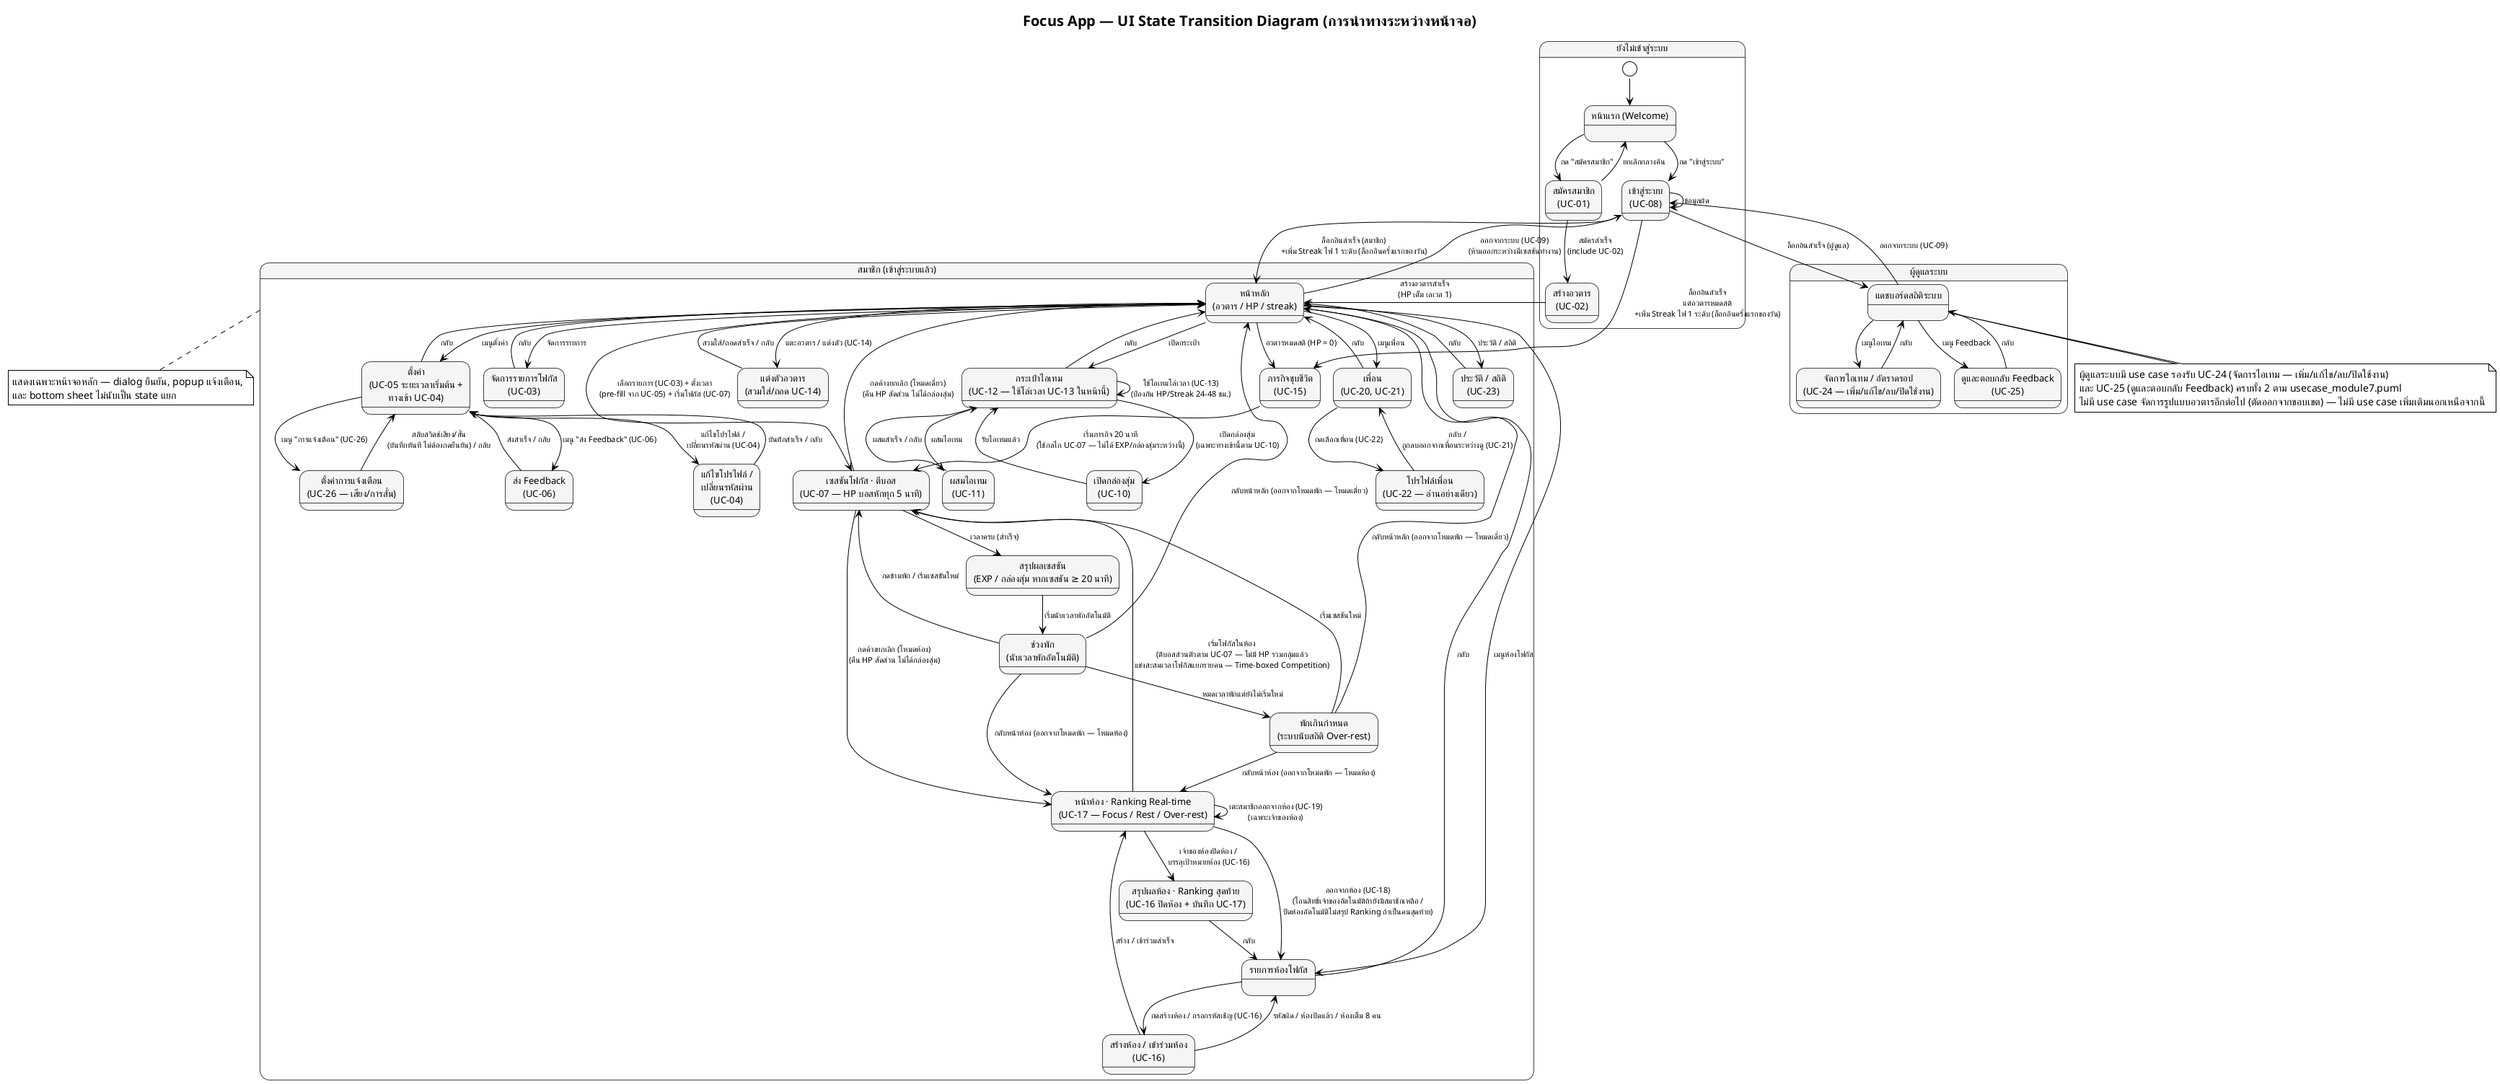
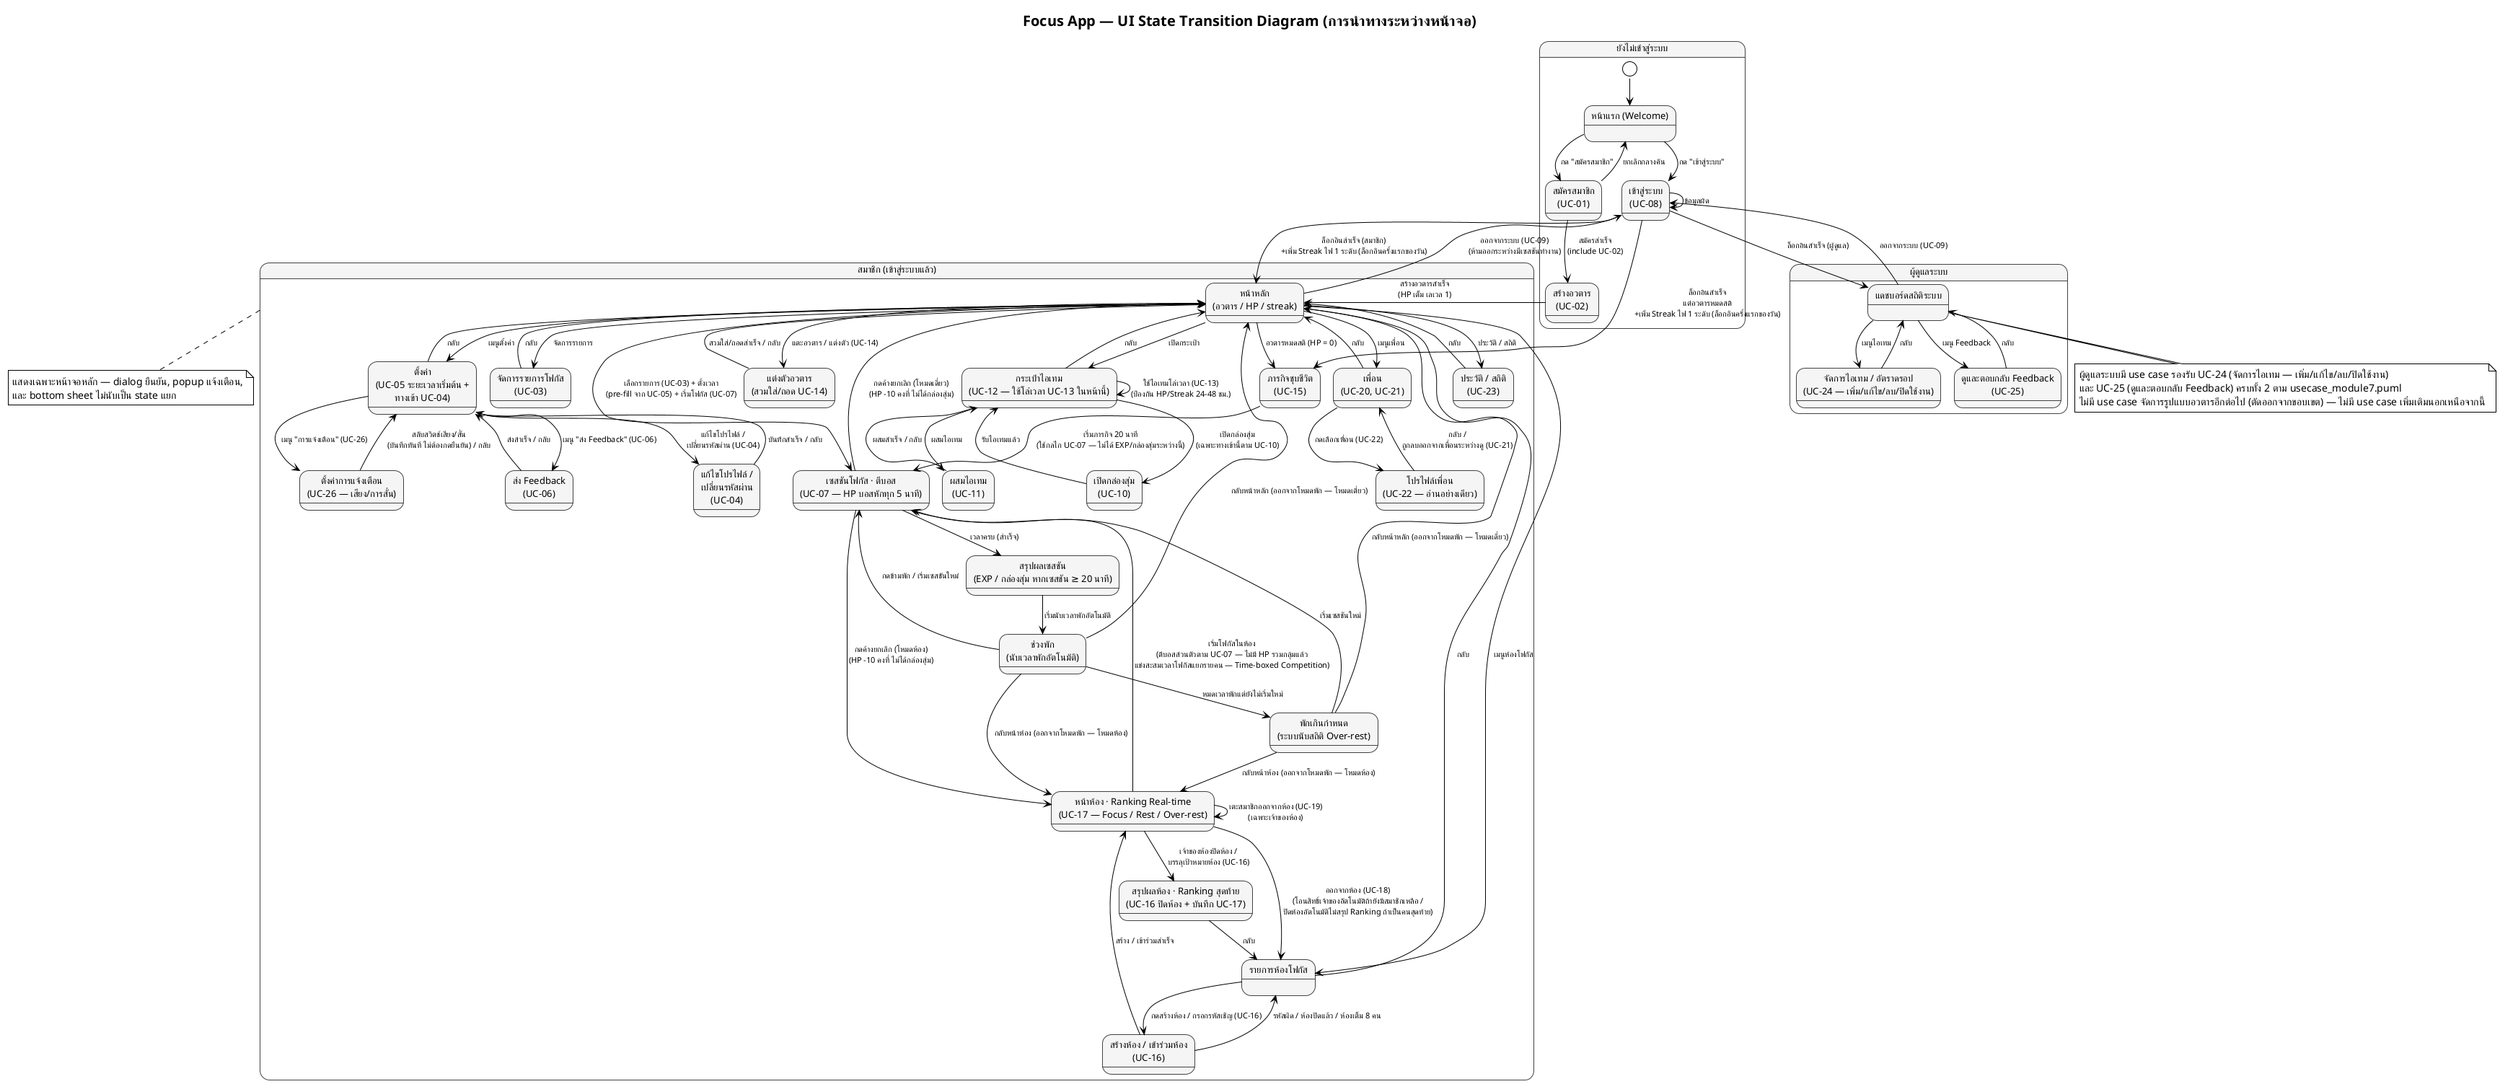
@startuml ui_state_diagram
' ══════════════════════════════════════════════════════════════════
' รองรับภาษาไทย — อ่านก่อน render:
' 1. บันทึกไฟล์นี้เป็น UTF-8 (ไม่ต้องมี BOM) เสมอ
' 2. ถ้า render ผ่าน CLI (plantuml.jar) ต้องระบุ flag encoding ด้วย:
'      java -Dfile.encoding=UTF-8 -jar plantuml.jar -charset UTF-8 ui_state_diagram.puml
' 3. บังคับใช้ Smetana (pure-Java layout engine) แทน Graphviz/dot
'
' ปรับปรุงให้ตรงกับ 3 เอกสารอ้างอิงล่าสุด (ครบทุก use case ที่มีจริง):
'   - usecase_description.md  (รอบตรวจรีวิวที่ 16 — ปิดค่าตั้งต้นทั้งหมดเป็นค่ายืนยันแล้ว)
'   - usecase_module1.puml ... usecase_module7.puml + usecase_overview.puml (Use Case Diagram)
'   - activity_module*_uc*.puml (Activity Diagram รายทัพ use case)
' การแก้ไขหลักในรอบนี้ (เพื่อให้ UC number สอดคล้องกับ usecase_description.md):
'   1) แก้ลำดับ UC ตามหลัก: M1 (E1-E3), M2 (E1,E3), M3 (E1-E2), M4, M5, M6, M7
'   2) ลบการใช้ UC-31/32/33/34/35/36/37/38 ที่เป็นหมายเลขไม่เป็นทางการ
'   3) ใช้ UC หมายเลขถูกต้องตาม usecase_description.md:
'      - UC-01 ~ UC-09: M1/M2 เฉพาะอพ/ล็อกอิน (เตรียมพร้อมก่อนเซสชัน)
'      - UC-10 ~ UC-19: M3/M4/M5 (ไอเทม, ห้องโฟกัส)
'      - UC-20 ~ UC-25: M5/M6/M7 (เพื่อน, ประวัติ, ผู้ดูแล)
'   4) ระบุ UC สำหรับเซสชันโฟกัส (UC-07 เริ่มจับเวลา)
'   5) อัปเดต state label ให้มี UC หมายเลขถูกต้องตามเอกสารกำหนด
'
' แก้ไขเพิ่มเติมตาม ui_state_diagram_review.md (รอบตรวจสอบความสอดคล้อง):
'   6) เพิ่ม UC-06 (ส่ง Feedback) ที่หายไป — เข้าถึงจากหน้าตั้งค่า
'   7) เพิ่ม UC-22 (ดูโปรไฟล์และสถิติเพื่อน) ที่หายไป — เข้าถึงจากหน้าเพื่อน
'   8) เพิ่ม UC-25 (ผู้ดูแลดู/ตอบกลับ Feedback) ที่หายไป — เข้าถึงจากแดชบอร์ดผู้ดูแล
'   9) แก้ข้อความ RoomView->Session ที่ยังอ้างกลไก "HP บอสกลุ่ม" เดิม
'      ให้ตรงกับ Business Rules ปัจจุบันของ UC-16 (Time-boxed Competition ไม่มี HP รวมกลุ่มแล้ว)
'  10) แก้ note ท้ายไฟล์ให้ยืนยัน UC-25 แทนการเขียนว่า "เป็นไปได้"
' รอบตรวจสอบล่าสุด (เทียบกับ usecase_description.md ทั้ง 26 UC + usecase_module1-7.puml/overview + activity_module*_uc*.puml):
'  11) เพิ่ม UC-26 (ตั้งค่าการแจ้งเตือน เสียง/การสั่น) ที่หายไปทั้งหมด — เข้าถึงจากหน้าตั้งค่า
'      ตาม activity_module1_uc26.puml (เข้าหน้าตั้งค่า > เมนู "การแจ้งเตือน") — เดิมมีอยู่ใน
'      usecase_description.md, usecase_module1.puml แต่ไม่เคยถูกวาดใน state diagram นี้เลย
' ══════════════════════════════════════════════════════════════════
!pragma layout smetana
skinparam defaultFontName "TH Sarabun New"
skinparam defaultFontSize 14

!theme plain
skinparam titleFontName "TH Sarabun New"
skinparam titleFontSize 20
skinparam noteFontName "TH Sarabun New"
skinparam ArrowFontName "TH Sarabun New"
skinparam ArrowFontSize 11

' ===== Monochrome เท่านั้น =====
skinparam state {
  BackgroundColor #F5F5F5
  BorderColor #424242
  FontName "TH Sarabun New"
  FontSize 13
  ArrowFontName "TH Sarabun New"
}

title Focus App — UI State Transition Diagram (การนำทางระหว่างหน้าจอ)

' ═════════ โซนก่อนเข้าสู่ระบบ (Guest — M1/E1, M2/E3) ═════════
state "ยังไม่เข้าสู่ระบบ" as PreAuth {
  state "หน้าแรก (Welcome)" as Welcome
  state "สมัครสมาชิก\n(UC-01)" as Register
  state "เข้าสู่ระบบ\n(UC-08)" as Login
  state "สร้างอวตาร\n(UC-02)" as CreateAvatar

  [*] --> Welcome
  Welcome --> Register : กด "สมัครสมาชิก"
  Welcome --> Login : กด "เข้าสู่ระบบ"
  Register --> Welcome : ยกเลิกกลางคัน
  Register --> CreateAvatar : สมัครสำเร็จ\n(include UC-02)
  Login --> Login : ข้อมูลผิด
}

' ═════════ โซนสมาชิก (M2–M6) ═════════
state "สมาชิก (เข้าสู่ระบบแล้ว)" as Member {
  state "หน้าหลัก\n(อวตาร / HP / streak)" as Home
  state "จัดการรายการโฟกัส\n(UC-03)" as FocusList
  state "ตั้งค่า\n(UC-05 ระยะเวลาเริ่มต้น +\nทางเข้า UC-04)" as Settings
  state "แก้ไขโปรไฟล์ /\nเปลี่ยนรหัสผ่าน\n(UC-04)" as EditProfile
  state "ส่ง Feedback\n(UC-06)" as Feedback
  state "ตั้งค่าการแจ้งเตือน\n(UC-26 — เสียง/การสั่น)" as NotifSettings
  state "เซสชันโฟกัส · ตีบอส\n(UC-07 — HP บอสหักทุก 5 นาที)" as Session
  state "สรุปผลเซสชัน\n(EXP / กล่องสุ่ม หากเซสชัน ≥ 20 นาที)" as Summary
  state "ช่วงพัก\n(นับเวลาพักอัตโนมัติ)" as Break
  state "พักเกินกำหนด\n(ระบบนับสถิติ Over-rest)" as OverRest
  state "ภารกิจชุบชีวิต\n(UC-15)" as Revival
  state "กระเป๋าไอเทม\n(UC-12 — ใช้โล่เวลา UC-13 ในหน้านี้)" as Inventory
  state "เปิดกล่องสุ่ม\n(UC-10)" as LootBox
  state "ผสมไอเทม\n(UC-11)" as Crafting
  state "แต่งตัวอวตาร\n(สวมใส่/ถอด UC-14)" as AvatarEquip
  state "รายการห้องโฟกัส" as RoomList
  state "สร้างห้อง / เข้าร่วมห้อง\n(UC-16)" as RoomEntry
  state "หน้าห้อง · Ranking Real-time\n(UC-17 — Focus / Rest / Over-rest)" as RoomView
  state "สรุปผลห้อง · Ranking สุดท้าย\n(UC-16 ปิดห้อง + บันทึก UC-17)" as RoomSummary
  state "เพื่อน\n(UC-20, UC-21)" as Friends
  state "โปรไฟล์เพื่อน\n(UC-22 — อ่านอย่างเดียว)" as FriendProfile
  state "ประวัติ / สถิติ\n(UC-23)" as History

  ' --- เตรียมพร้อม ---
  Home --> FocusList : จัดการรายการ
  FocusList --> Home : กลับ

  ' --- ตั้งค่าบัญชี (UC-04, UC-05) และออกจากระบบ (UC-09) ---
  Home --> Settings : เมนูตั้งค่า
  Settings --> Home : กลับ
  Settings --> EditProfile : แก้ไขโปรไฟล์ /\nเปลี่ยนรหัสผ่าน (UC-04)
  EditProfile --> Settings : บันทึกสำเร็จ / กลับ
  Settings --> Feedback : เมนู "ส่ง Feedback" (UC-06)
  Feedback --> Settings : ส่งสำเร็จ / กลับ
  Settings --> NotifSettings : เมนู "การแจ้งเตือน" (UC-26)
  NotifSettings --> Settings : สลับสวิตช์เสียง/สั่น\n(บันทึกทันที ไม่ต้องกดยืนยัน) / กลับ

  ' --- วงจรเซสชันโฟกัส (core loop) ---
  Home --> Session : เลือกรายการ (UC-03) + ตั้งเวลา\n(pre-fill จาก UC-05) + เริ่มโฟกัส (UC-07)
  Session --> Summary : เวลาครบ (สำเร็จ)
-   Session --> Home : กดค้างยกเลิก (โหมดเดี่ยว)\n(คืน HP สัดส่วน ไม่ได้กล่องสุ่ม)
-   Session --> RoomView : กดค้างยกเลิก (โหมดห้อง)\n(คืน HP สัดส่วน ไม่ได้กล่องสุ่ม)
+   Session --> Home : กดค้างยกเลิก (โหมดเดี่ยว)\n(HP -10 คงที่ ไม่ได้กล่องสุ่ม)
+   Session --> RoomView : กดค้างยกเลิก (โหมดห้อง)\n(HP -10 คงที่ ไม่ได้กล่องสุ่ม)
  Summary --> Break : เริ่มนับเวลาพักอัตโนมัติ
  Break --> Session : กดข้ามพัก / เริ่มเซสชันใหม่
  Break --> OverRest : หมดเวลาพักแต่ยังไม่เริ่มใหม่
  OverRest --> Session : เริ่มเซสชันใหม่
  OverRest --> Home : กลับหน้าหลัก (ออกจากโหมดพัก — โหมดเดี่ยว)
  OverRest --> RoomView : กลับหน้าห้อง (ออกจากโหมดพัก — โหมดห้อง)
  Break --> Home : กลับหน้าหลัก (ออกจากโหมดพัก — โหมดเดี่ยว)
  Break --> RoomView : กลับหน้าห้อง (ออกจากโหมดพัก — โหมดห้อง)

  ' --- ชุบชีวิต ---
  Home --> Revival : อวตารหมดสติ (HP = 0)
  Revival --> Session : เริ่มภารกิจ 20 นาที\n(ใช้กลไก UC-07 — ไม่ได้ EXP/กล่องสุ่มระหว่างนี้)

  ' --- ไอเทม ---
  Home --> Inventory : เปิดกระเป๋า
  Inventory --> Home : กลับ
  Inventory --> Inventory : ใช้ไอเทมโล่เวลา (UC-13)\n(ป้องกัน HP/Streak 24-48 ชม.)
  Inventory --> LootBox : เปิดกล่องสุ่ม\n(เฉพาะทางเข้านี้ตาม UC-10)
  LootBox --> Inventory : รับไอเทมแล้ว
  Inventory --> Crafting : ผสมไอเทม
  Crafting --> Inventory : ผสมสำเร็จ / กลับ
  Home --> AvatarEquip : แตะอวตาร / แต่งตัว (UC-14)
  AvatarEquip --> Home : สวมใส่/ถอดสำเร็จ / กลับ

  ' --- ห้องโฟกัส ---
  Home --> RoomList : เมนูห้องโฟกัส
  RoomList --> Home : กลับ
  RoomList --> RoomEntry : กดสร้างห้อง / กรอกรหัสเชิญ (UC-16)
  RoomEntry --> RoomView : สร้าง / เข้าร่วมสำเร็จ
  RoomEntry --> RoomList : รหัสผิด / ห้องปิดแล้ว / ห้องเต็ม 8 คน
  RoomView --> Session : เริ่มโฟกัสในห้อง\n(ตีบอสส่วนตัวตาม UC-07 — ไม่มี HP รวมกลุ่มแล้ว\nแข่งสะสมเวลาโฟกัสแยกรายคน — Time-boxed Competition)
  RoomView --> RoomView : เตะสมาชิกออกจากห้อง (UC-19)\n(เฉพาะเจ้าของห้อง)
  RoomView --> RoomSummary : เจ้าของห้องปิดห้อง /\nบรรลุเป้าหมายห้อง (UC-16)
  RoomView --> RoomList : ออกจากห้อง (UC-18)\n(โอนสิทธิ์เจ้าของอัตโนมัติถ้ายังมีสมาชิกเหลือ /\nปิดห้องอัตโนมัติไม่สรุป Ranking ถ้าเป็นคนสุดท้าย)
  RoomSummary --> RoomList : กลับ

  ' --- สังคม / ประวัติ ---
  Home --> Friends : เมนูเพื่อน
  Friends --> Home : กลับ
  Friends --> FriendProfile : กดเลือกเพื่อน (UC-22)
  FriendProfile --> Friends : กลับ /\nถูกลบออกจากเพื่อนระหว่างดู (UC-21)
  Home --> History : ประวัติ / สถิติ
  History --> Home : กลับ
}

' ═════════ โซนผู้ดูแลระบบ (M7) ═════════
state "ผู้ดูแลระบบ" as Admin {
  state "แดชบอร์ดสถิติระบบ" as AdminDash
  state "จัดการไอเทม / อัตราดรอป\n(UC-24 — เพิ่ม/แก้ไข/ลบ/ปิดใช้งาน)" as ItemMgmt
  state "ดูและตอบกลับ Feedback\n(UC-25)" as FeedbackMgmt

  AdminDash --> ItemMgmt : เมนูไอเทม
  ItemMgmt --> AdminDash : กลับ
  AdminDash --> FeedbackMgmt : เมนู Feedback
  FeedbackMgmt --> AdminDash : กลับ
}

' ═════════ ข้ามโซน ═════════
CreateAvatar --> Home : สร้างอวตารสำเร็จ\n(HP เต็ม เลเวล 1)
Login --> Home : ล็อกอินสำเร็จ (สมาชิก)\n+เพิ่ม Streak ไฟ 1 ระดับ (ล็อกอินครั้งแรกของวัน)
Login --> Revival : ล็อกอินสำเร็จ\nแต่อวตารหมดสติ\n+เพิ่ม Streak ไฟ 1 ระดับ (ล็อกอินครั้งแรกของวัน)
Login --> AdminDash : ล็อกอินสำเร็จ (ผู้ดูแล)
Home --> Login : ออกจากระบบ (UC-09)\n(ห้ามออกระหว่างมีเซสชันทำงาน)
AdminDash --> Login : ออกจากระบบ (UC-09)

note bottom of Member
  แสดงเฉพาะหน้าจอหลัก — dialog ยืนยัน, popup แจ้งเตือน,
  และ bottom sheet ไม่นับเป็น state แยก
end note

note bottom of AdminDash
  ผู้ดูแลระบบมี use case รองรับ UC-24 (จัดการไอเทม — เพิ่ม/แก้ไข/ลบ/ปิดใช้งาน)
  และ UC-25 (ดูและตอบกลับ Feedback) ครบทั้ง 2 ตาม usecase_module7.puml
  ไม่มี use case จัดการรูปแบบอวตารอีกต่อไป (ตัดออกจากขอบเขต) — ไม่มี use case เพิ่มเติมนอกเหนือจากนี้
end note

@enduml
